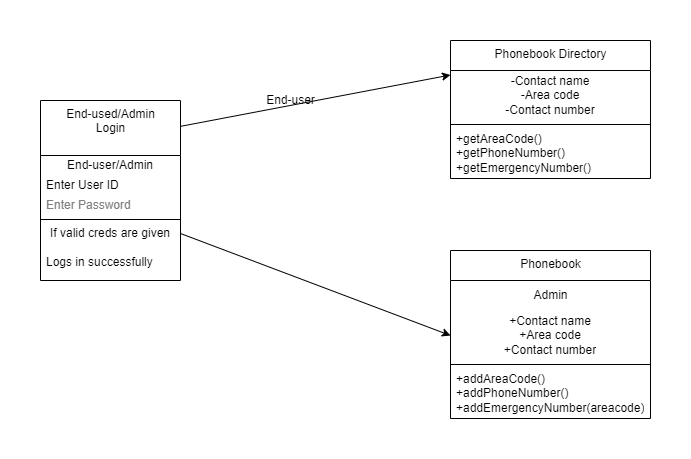
vpolamar/SRE- keeps this draw.io diagram as HW1_2_Class_Diagram.drawio.png. Above is the earlier version. Source tidied: cells renumbered, new cells last; positions are measured from the earlier drawing's top-left corner, leaving out a move shared by most shapes. Source of this version:
```xml
<mxGraphModel>
  <root>
    <mxCell id="0" />
    <mxCell id="1" parent="0" />
    <mxCell id="2" value="End-used/Admin &lt;br&gt;Login" style="swimlane;fontStyle=0;align=center;verticalAlign=top;horizontal=1;startSize=55;html=1;" parent="1" vertex="1">
      <mxGeometry y="60" width="140" height="180" as="geometry" />
    </mxCell>
    <mxCell id="3" value="End-user/Admin" style="text;html=1;strokeColor=none;fillColor=none;align=center;verticalAlign=middle;spacingLeft=4;spacingRight=4;overflow=hidden;" parent="2" vertex="1">
      <mxGeometry y="55" width="140" height="20" as="geometry" />
    </mxCell>
    <mxCell id="4" value="Enter User ID&lt;span style=&quot;white-space: pre;&quot;&gt;&#9;&lt;/span&gt;" style="text;html=1;strokeColor=none;fillColor=none;align=left;verticalAlign=middle;spacingLeft=4;spacingRight=4;overflow=hidden;" parent="2" vertex="1">
      <mxGeometry y="75" width="140" height="20" as="geometry" />
    </mxCell>
    <mxCell id="5" value="Enter Password" style="text;html=1;strokeColor=none;fillColor=none;align=left;verticalAlign=middle;spacingLeft=4;spacingRight=4;overflow=hidden;fontColor=#808080;" parent="2" vertex="1">
      <mxGeometry y="95" width="140" height="20" as="geometry" />
    </mxCell>
    <mxCell id="6" style="line;strokeWidth=1;fillColor=none;align=left;verticalAlign=middle;spacingTop=-1;spacingLeft=3;spacingRight=3;labelPosition=right;" parent="2" vertex="1">
      <mxGeometry y="115" width="140" height="8" as="geometry" />
    </mxCell>
    <mxCell id="7" value="If valid creds are given" style="text;html=1;strokeColor=none;fillColor=none;align=center;verticalAlign=middle;spacingLeft=4;spacingRight=4;overflow=hidden;points=[[0,0.5],[1,0.5]];portConstraint=eastwest;" parent="2" vertex="1">
      <mxGeometry y="123" width="140" height="20" as="geometry" />
    </mxCell>
    <mxCell id="8" value="Logs in successfully" style="text;html=1;strokeColor=none;fillColor=none;align=left;verticalAlign=middle;spacingLeft=4;spacingRight=4;overflow=hidden;" parent="2" vertex="1">
      <mxGeometry y="143" width="140" height="37" as="geometry" />
    </mxCell>
    <mxCell id="9" value="Phonebook Directory&lt;br&gt;" style="swimlane;fontStyle=0;align=center;verticalAlign=top;horizontal=1;startSize=30;html=1;" parent="1" vertex="1">
      <mxGeometry x="410" width="200" height="138" as="geometry" />
    </mxCell>
    <mxCell id="10" value="-Contact name&lt;br&gt;-Area code&lt;br&gt;-Contact number" style="text;html=1;strokeColor=none;fillColor=none;align=center;verticalAlign=middle;spacingLeft=4;spacingRight=4;overflow=hidden;" parent="9" vertex="1">
      <mxGeometry y="30" width="200" height="50" as="geometry" />
    </mxCell>
    <mxCell id="11" style="line;strokeWidth=1;fillColor=none;align=left;verticalAlign=middle;spacingTop=-1;spacingLeft=3;spacingRight=3;labelPosition=right;" parent="9" vertex="1">
      <mxGeometry y="80" width="200" height="8" as="geometry" />
    </mxCell>
    <mxCell id="12" value="+getAreaCode()&#10;+getPhoneNumber()&#10;+getEmergencyNumber()" style="text;html=1;strokeColor=none;fillColor=none;align=left;verticalAlign=middle;spacingLeft=4;spacingRight=4;overflow=hidden;" parent="9" vertex="1">
      <mxGeometry y="88" width="200" height="50" as="geometry" />
    </mxCell>
    <mxCell id="13" style="endArrow=classic;html=1;rounded=0;exitX=0.997;exitY=0.144;exitDx=0;exitDy=0;exitPerimeter=0;entryX=0;entryY=0.25;entryDx=0;entryDy=0;" parent="1" edge="1" source="2" target="9">
      <mxGeometry relative="1" as="geometry" />
    </mxCell>
    <mxCell id="14" style="endArrow=classic;html=1;rounded=0;exitX=1;exitY=0.5;exitDx=0;exitDy=0;entryX=0;entryY=0.5;entryDx=0;entryDy=0;" parent="1" edge="1" source="7" target="18">
      <mxGeometry relative="1" as="geometry" />
    </mxCell>
    <mxCell id="15" value="End-user" style="text;html=1;align=center;verticalAlign=middle;strokeColor=none;fillColor=none;" parent="1" vertex="1">
      <mxGeometry x="215" y="45" width="70" height="30" as="geometry" />
    </mxCell>
    <mxCell id="16" value="Phonebook" style="swimlane;fontStyle=0;align=center;verticalAlign=top;horizontal=1;startSize=30;html=1;" parent="1" vertex="1">
      <mxGeometry x="410" y="210" width="200" height="168" as="geometry" />
    </mxCell>
    <mxCell id="17" value="Admin" style="text;html=1;align=center;verticalAlign=middle;strokeColor=none;fillColor=none;" parent="16" vertex="1">
      <mxGeometry y="30" width="200" height="30" as="geometry" />
    </mxCell>
    <mxCell id="18" value="+Contact name&lt;br&gt;+Area code&lt;br&gt;+Contact number" style="text;html=1;strokeColor=none;fillColor=none;align=center;verticalAlign=middle;spacingLeft=4;spacingRight=4;overflow=hidden;points=[[0,0.5],[1,0.5]];portConstraint=eastwest;" parent="16" vertex="1">
      <mxGeometry y="60" width="200" height="50" as="geometry" />
    </mxCell>
    <mxCell id="19" style="line;strokeWidth=1;fillColor=none;align=left;verticalAlign=middle;spacingTop=-1;spacingLeft=3;spacingRight=3;labelPosition=right;" parent="16" vertex="1">
      <mxGeometry y="110" width="200" height="8" as="geometry" />
    </mxCell>
    <mxCell id="20" value="+addAreaCode()&lt;br&gt;+addPhoneNumber()&lt;br&gt;+addEmergencyNumber(areacode)" style="text;html=1;strokeColor=none;fillColor=none;align=left;verticalAlign=middle;spacingLeft=4;spacingRight=4;overflow=hidden;" parent="16" vertex="1">
      <mxGeometry y="118" width="200" height="50" as="geometry" />
    </mxCell>
  </root>
</mxGraphModel>
```
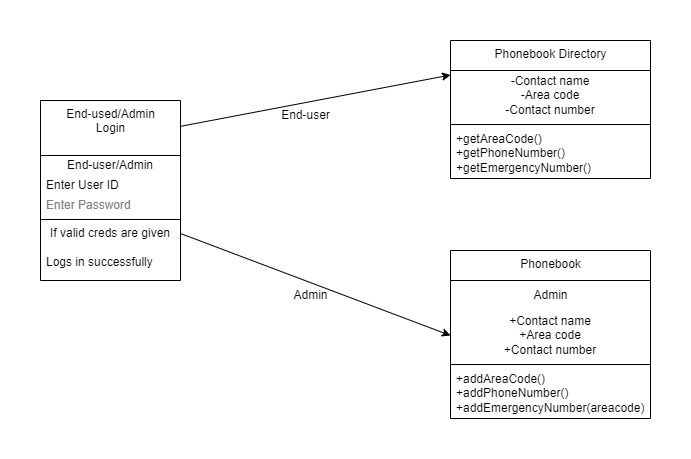
The same file after the commit.

What changed in the source:
```diff
@@ -42,7 +42,7 @@
       <mxGeometry relative="1" as="geometry" />
     </mxCell>
     <mxCell id="15" value="End-user" style="text;html=1;align=center;verticalAlign=middle;strokeColor=none;fillColor=none;" parent="1" vertex="1">
-      <mxGeometry x="215" y="45" width="70" height="30" as="geometry" />
+      <mxGeometry x="230" y="60" width="70" height="30" as="geometry" />
     </mxCell>
     <mxCell id="16" value="Phonebook" style="swimlane;fontStyle=0;align=center;verticalAlign=top;horizontal=1;startSize=30;html=1;" parent="1" vertex="1">
       <mxGeometry x="410" y="210" width="200" height="168" as="geometry" />
@@ -59,5 +59,8 @@
     <mxCell id="20" value="+addAreaCode()&lt;br&gt;+addPhoneNumber()&lt;br&gt;+addEmergencyNumber(areacode)" style="text;html=1;strokeColor=none;fillColor=none;align=left;verticalAlign=middle;spacingLeft=4;spacingRight=4;overflow=hidden;" parent="16" vertex="1">
       <mxGeometry y="118" width="200" height="50" as="geometry" />
     </mxCell>
+    <mxCell id="21" value="Admin" style="text;html=1;align=center;verticalAlign=middle;strokeColor=none;fillColor=none;" parent="1" vertex="1">
+      <mxGeometry x="240" y="240" width="60" height="30" as="geometry" />
+    </mxCell>
   </root>
 </mxGraphModel>
```
